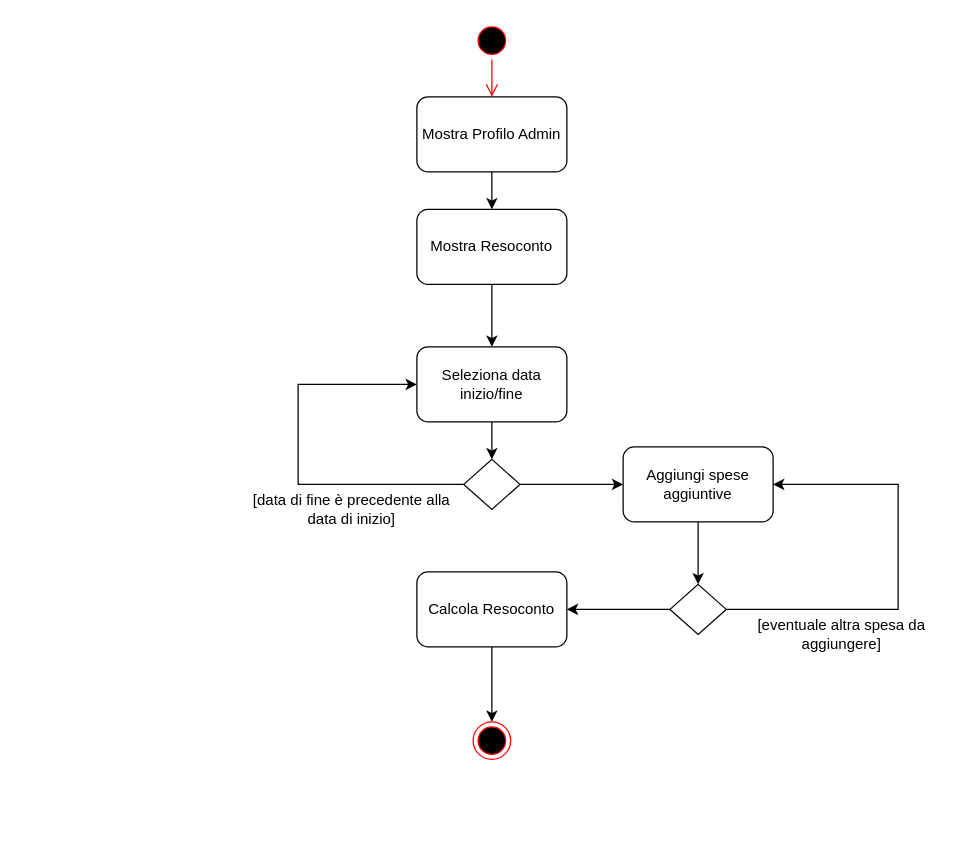
fd-col/ProgettoIngegneriaDelSoftware keeps this draw.io diagram as Diagrammi_delle_attivita/Modificabili/diagramma_attivita_resoconto.drawio. Above is the earlier version. Source tidied: cells renumbered, new cells numbered last; positions are measured from the earlier drawing's top-left corner, leaving out a move shared by most shapes. Both pictures are drawn from the tidied source at 125%, with x=0, y=0 at pixel (238, 21).
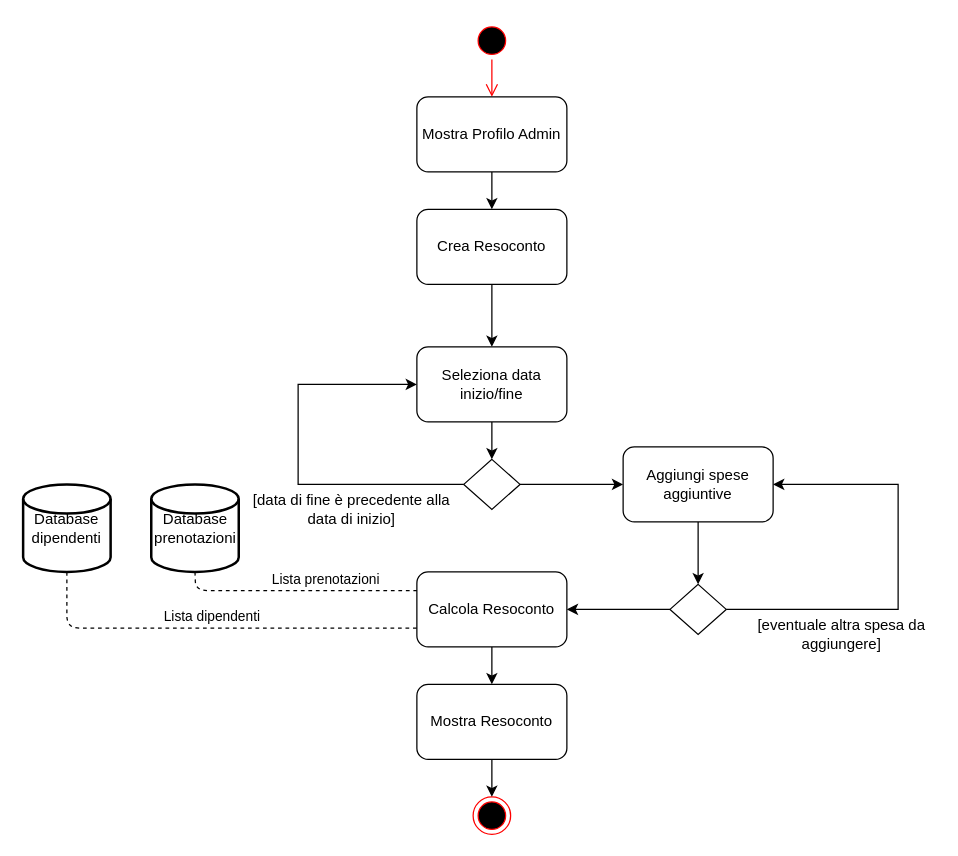
The same diagram, later.

The change refers to these unchanged cells:
```xml
<mxCell id="17" value="Calcola Resoconto" style="rounded=1;whiteSpace=wrap;html=1;" parent="1" vertex="1">
  <mxGeometry x="143" y="440" width="120" height="60" as="geometry" />
</mxCell>
```

Diff of the diagram source:
```diff
@@
-    <mxCell id="7" value="Mostra Resoconto" style="rounded=1;whiteSpace=wrap;html=1;" parent="1" vertex="1">
+    <mxCell id="7" value="Crea Resoconto" style="rounded=1;whiteSpace=wrap;html=1;" parent="1" vertex="1">
       <mxGeometry x="143" y="150" width="120" height="60" as="geometry" />
     </mxCell>
@@
-    <mxCell id="16" style="edgeStyle=orthogonalEdgeStyle;rounded=0;jettySize=auto;html=1;exitX=0.5;exitY=1;exitDx=0;exitDy=0;entryX=0.5;entryY=0;entryDx=0;entryDy=0;" parent="1" edge="1" source="17" target="18">
-      <mxGeometry relative="1" as="geometry" />
-    </mxCell>
+    <mxCell id="23" style="edgeStyle=orthogonalEdgeStyle;rounded=0;jettySize=auto;html=1;" parent="1" edge="1" source="17" target="31">
+      <mxGeometry relative="1" as="geometry" />
+    </mxCell>
@@
     <mxCell id="18" style="ellipse;html=1;shape=endState;fillColor=#000000;strokeColor=#ff0000;" parent="1" vertex="1">
-      <mxGeometry x="188" y="560" width="30" height="30" as="geometry" />
+      <mxGeometry x="188" y="620" width="30" height="30" as="geometry" />
     </mxCell>
@@
+    <mxCell id="24" value="Database&lt;br&gt;prenotazioni" style="strokeWidth=2;html=1;shape=mxgraph.flowchart.database;whiteSpace=wrap;" parent="1" vertex="1">
+      <mxGeometry x="-69.5" y="370" width="70" height="70" as="geometry" />
+    </mxCell>
+    <mxCell id="25" value="Database&lt;br&gt;dipendenti" style="strokeWidth=2;html=1;shape=mxgraph.flowchart.database;whiteSpace=wrap;" parent="1" vertex="1">
+      <mxGeometry x="-172" y="370" width="70" height="70" as="geometry" />
+    </mxCell>
+    <mxCell id="26" style="endArrow=none;dashed=1;html=1;entryX=0;entryY=0.25;entryDx=0;entryDy=0;exitX=0.5;exitY=1;exitDx=0;exitDy=0;exitPerimeter=0;" parent="1" edge="1" source="24" target="17">
+      <mxGeometry relative="1" as="geometry">
+        <Array as="points">
+          <mxPoint x="-34" y="455" />
+        </Array>
+      </mxGeometry>
+    </mxCell>
+    <mxCell id="27" value="Lista prenotazioni" style="edgeLabel;html=1;align=center;verticalAlign=middle;" parent="26" vertex="1">
+      <mxGeometry x="0.24" y="1" relative="1" as="geometry">
+        <mxPoint y="-9" as="offset" />
+      </mxGeometry>
+    </mxCell>
+    <mxCell id="28" style="endArrow=none;dashed=1;html=1;exitX=0.5;exitY=1;exitDx=0;exitDy=0;exitPerimeter=0;entryX=0;entryY=0.75;entryDx=0;entryDy=0;" parent="1" edge="1" source="25" target="17">
+      <mxGeometry relative="1" as="geometry">
+        <Array as="points">
+          <mxPoint x="-137" y="485" />
+        </Array>
+      </mxGeometry>
+    </mxCell>
+    <mxCell id="29" value="Lista dipendenti" style="edgeLabel;html=1;align=center;verticalAlign=middle;" parent="28" vertex="1">
+      <mxGeometry x="-0.04" y="2" relative="1" as="geometry">
+        <mxPoint x="4" y="-8" as="offset" />
+      </mxGeometry>
+    </mxCell>
+    <mxCell id="30" style="edgeStyle=orthogonalEdgeStyle;rounded=0;jettySize=auto;html=1;" parent="1" edge="1" source="31" target="18">
+      <mxGeometry relative="1" as="geometry" />
+    </mxCell>
+    <mxCell id="31" value="Mostra Resoconto" style="rounded=1;whiteSpace=wrap;html=1;" parent="1" vertex="1">
+      <mxGeometry x="143" y="530" width="120" height="60" as="geometry" />
+    </mxCell>
```
